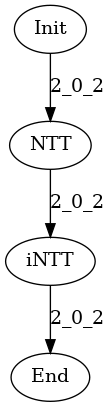
This is data/graph_poly.dot.png from hal-lab-u-tokyo/PolyFHE, a Graphviz export, as it was before one commit. Its source is kept beside it as data/graph_poly.dot.
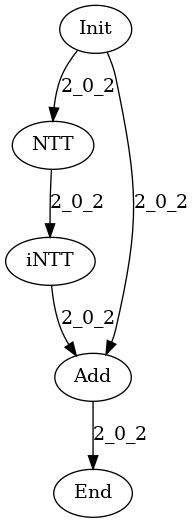
The same diagram one commit later.

What changed in the source:
```diff
@@ -3,7 +3,10 @@
 End[label="End"];
 NTT[label="NTT"];
 iNTT[label="iNTT"];
+Add[label="Add"];
 Init -> NTT[label="2_0_2"];
 NTT -> iNTT[label="2_0_2"];
-iNTT -> End[label="2_0_2"];
+iNTT -> Add[label="2_0_2"];
+Init -> Add[label="2_0_2"];
+Add -> End[label="2_0_2"];
 }
```
